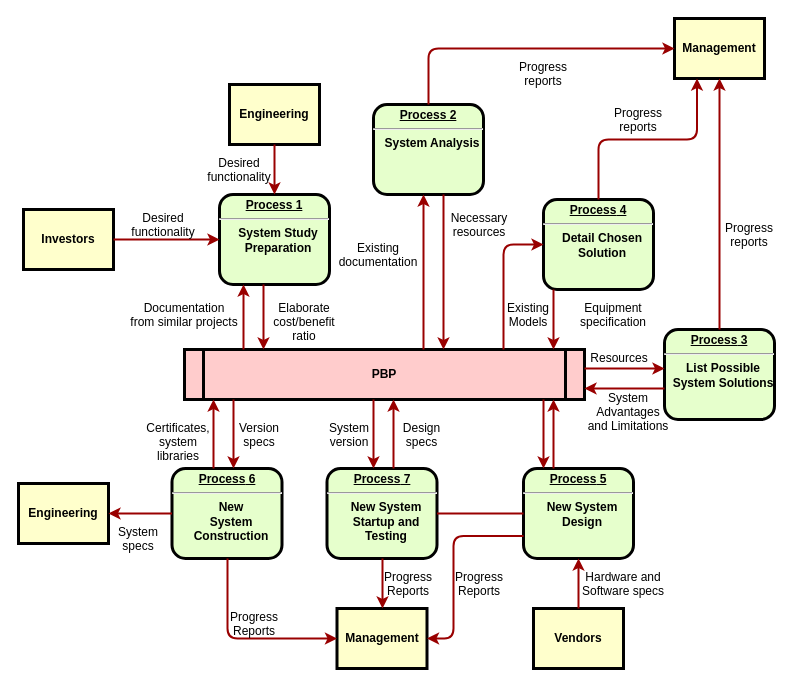
This is Untitled Diagram.drawio from Beattle/app, a draw.io file, before an edit. Source tidied: cells renumbered, new cells numbered last; positions are measured from the earlier drawing's top-left corner, leaving out a move shared by most shapes. Both pictures are drawn from the tidied source at 100%, with x=0, y=0 at pixel (18, 18).
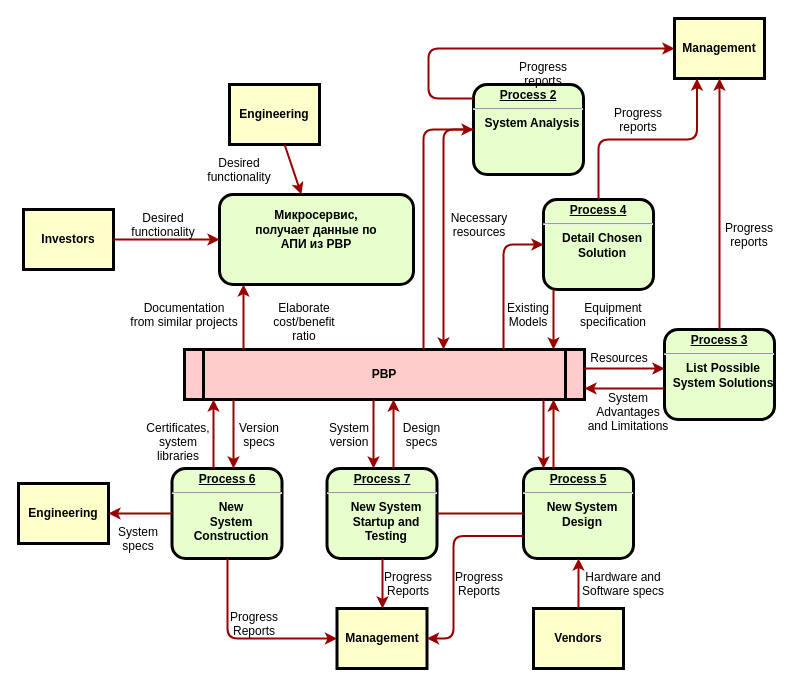
Above is the later version.

Commit message:
Синк РВР

Unchanged cells that the change refers to:
```xml
<mxCell id="5" value="РВР" style="shape=process;whiteSpace=wrap;align=center;verticalAlign=middle;size=0.0475;fontStyle=1;strokeWidth=3;fillColor=#FFCCCC;" parent="1" vertex="1">
  <mxGeometry x="166" y="331" width="400" height="50" as="geometry" />
</mxCell>
```

The edit, as a diff of the source:
```diff
@@
-    <mxCell id="2" value="&lt;p style=&quot;margin: 0px; margin-top: 4px; text-align: center; text-decoration: underline;&quot;&gt;&lt;strong&gt;Process 1&lt;br /&gt;&lt;/strong&gt;&lt;/p&gt;&lt;hr /&gt;&lt;p style=&quot;margin: 0px; margin-left: 8px;&quot;&gt;System Study&lt;/p&gt;&lt;p style=&quot;margin: 0px; margin-left: 8px;&quot;&gt;Preparation&lt;/p&gt;" style="verticalAlign=middle;align=center;overflow=fill;fontSize=12;fontFamily=Helvetica;html=1;rounded=1;fontStyle=1;strokeWidth=3;fillColor=#E6FFCC;" parent="1" vertex="1">
-      <mxGeometry x="201" y="176" width="110" height="90" as="geometry" />
+    <mxCell id="2" value="&lt;div&gt;&lt;br&gt;&lt;/div&gt;&lt;div&gt;Микросервис,&lt;br&gt; получает данные по&lt;br&gt; АПИ из РВР&lt;br&gt;&lt;/div&gt;" style="verticalAlign=middle;align=center;overflow=fill;fontSize=12;fontFamily=Helvetica;html=1;rounded=1;fontStyle=1;strokeWidth=3;fillColor=#E6FFCC;" parent="1" vertex="1">
+      <mxGeometry x="201" y="176" width="194" height="90" as="geometry" />
     </mxCell>
@@
     <mxCell id="6" value="&lt;p style=&quot;margin: 0px; margin-top: 4px; text-align: center; text-decoration: underline;&quot;&gt;&lt;strong&gt;Process 2&lt;br /&gt;&lt;/strong&gt;&lt;/p&gt;&lt;hr /&gt;&lt;p style=&quot;margin: 0px; margin-left: 8px;&quot;&gt;System Analysis&lt;/p&gt;" style="verticalAlign=middle;align=center;overflow=fill;fontSize=12;fontFamily=Helvetica;html=1;rounded=1;fontStyle=1;strokeWidth=3;fillColor=#E6FFCC;" parent="1" vertex="1">
-      <mxGeometry x="355" y="86" width="110" height="90" as="geometry" />
+      <mxGeometry x="455" y="66" width="110" height="90" as="geometry" />
     </mxCell>
@@
-    <mxCell id="23" style="edgeStyle=elbowEdgeStyle;elbow=horizontal;strokeColor=#990000;strokeWidth=2;" parent="1" edge="1" source="2" target="5">
-      <mxGeometry relative="1" as="geometry">
-        <Array as="points">
-          <mxPoint x="245" y="300" />
-        </Array>
-      </mxGeometry>
-    </mxCell>
@@
-    <mxCell id="27" value="Existing&#10;documentation" style="text;spacingTop=-5;align=center;" parent="1" vertex="1">
-      <mxGeometry x="345" y="221" width="30" height="20" as="geometry" />
-    </mxCell>
```
